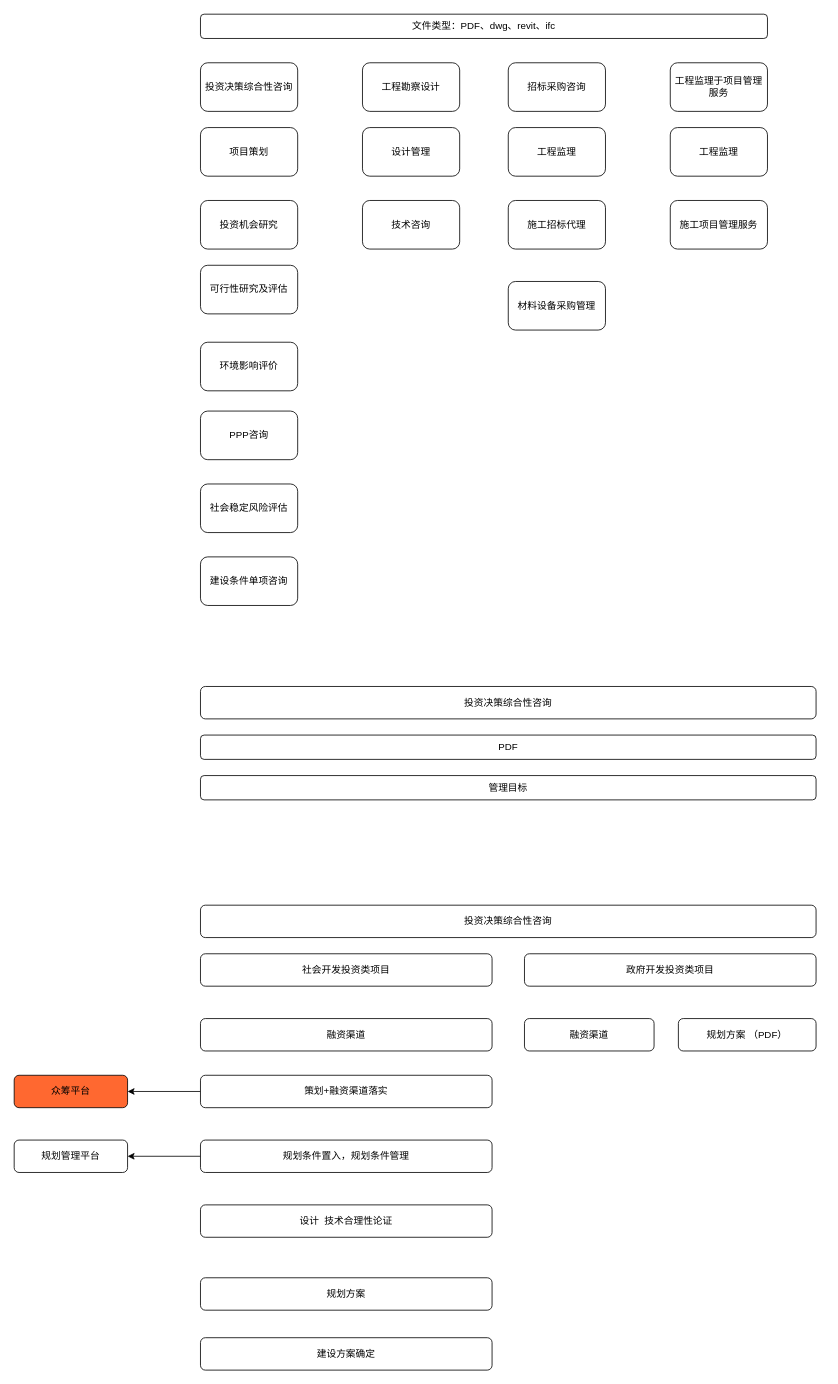
gaochaowyq/MinderGraph keeps this draw.io diagram as 全过程咨询.drawio. Above is the earlier version. Source tidied: cells renumbered, new cells numbered last; positions are measured from the earlier drawing's top-left corner, leaving out a move shared by most shapes. Both pictures are drawn from the tidied source at 81%, with x=0, y=0 at pixel (14, 14).
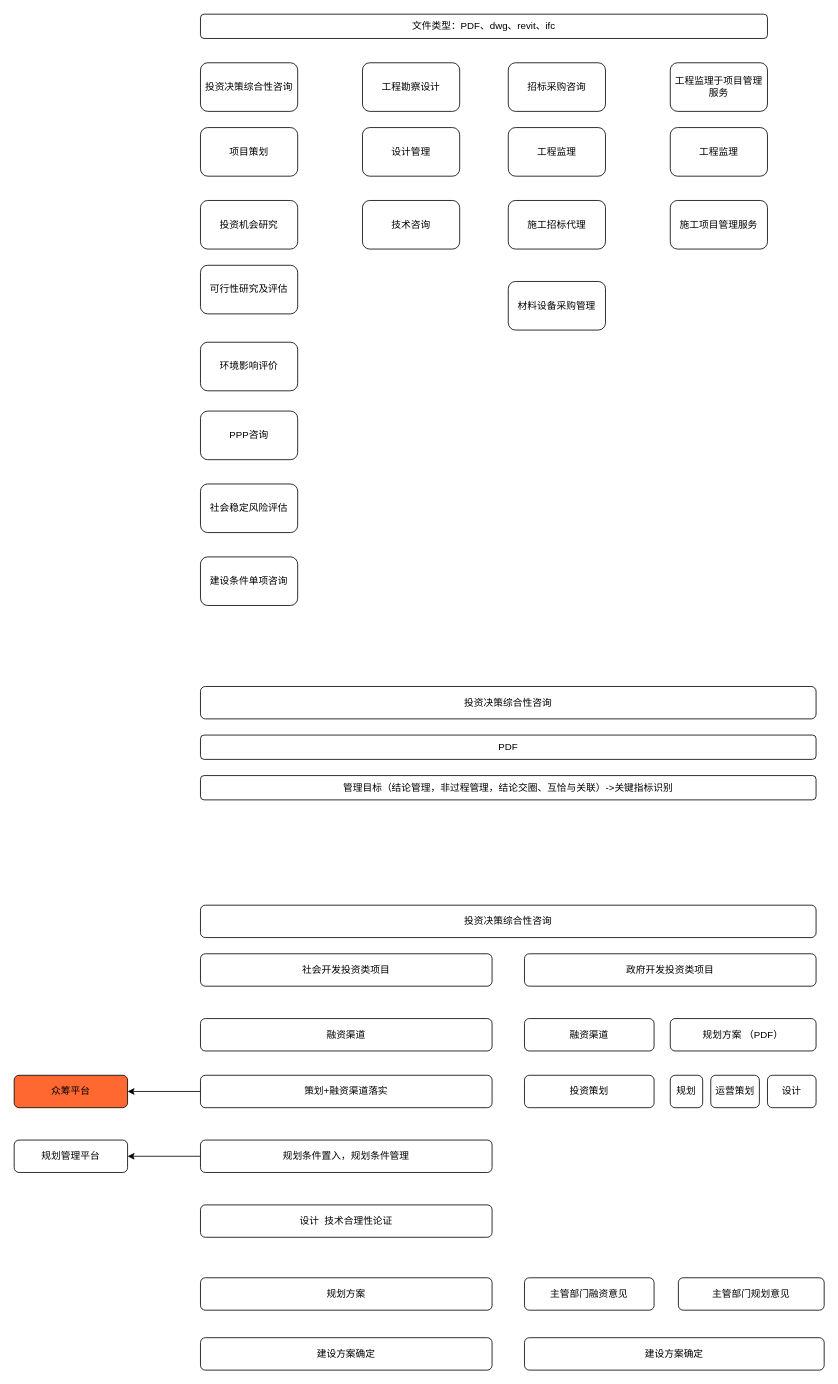
Above is the later version.

Commit message (it also covers changes not shown here):
更新全过程咨询.drawio

What changed in the source:
```diff
@@
-    <mxCell id="23" value="管理目标" style="rounded=1;whiteSpace=wrap;html=1;" parent="1" vertex="1">
+    <mxCell id="23" value="管理目标（结论管理，非过程管理，结论交圈、互恰与关联）-&amp;gt;关键指标识别" style="rounded=1;whiteSpace=wrap;html=1;" parent="1" vertex="1">
       <mxGeometry x="230" y="940" width="760" height="30" as="geometry" />
     </mxCell>
@@
     <mxCell id="38" value="规划方案 （PDF）" style="rounded=1;whiteSpace=wrap;html=1;" parent="1" vertex="1">
-      <mxGeometry x="820" y="1240" width="170" height="40" as="geometry" />
+      <mxGeometry x="810" y="1240" width="180" height="40" as="geometry" />
     </mxCell>
+    <mxCell id="39" value="投资策划" style="rounded=1;whiteSpace=wrap;html=1;" parent="1" vertex="1">
+      <mxGeometry x="630" y="1310" width="160" height="40" as="geometry" />
+    </mxCell>
+    <mxCell id="40" value="规划" style="rounded=1;whiteSpace=wrap;html=1;" parent="1" vertex="1">
+      <mxGeometry x="810" y="1310" width="40" height="40" as="geometry" />
+    </mxCell>
+    <mxCell id="41" value="运营策划" style="rounded=1;whiteSpace=wrap;html=1;" parent="1" vertex="1">
+      <mxGeometry x="860" y="1310" width="60" height="40" as="geometry" />
+    </mxCell>
+    <mxCell id="42" value="设计" style="rounded=1;whiteSpace=wrap;html=1;" parent="1" vertex="1">
+      <mxGeometry x="930" y="1310" width="60" height="40" as="geometry" />
+    </mxCell>
+    <mxCell id="43" value="主管部门融资意见" style="rounded=1;whiteSpace=wrap;html=1;" parent="1" vertex="1">
+      <mxGeometry x="630" y="1560" width="160" height="40" as="geometry" />
+    </mxCell>
+    <mxCell id="44" value="主管部门规划意见" style="rounded=1;whiteSpace=wrap;html=1;" parent="1" vertex="1">
+      <mxGeometry x="820" y="1560" width="180" height="40" as="geometry" />
+    </mxCell>
+    <mxCell id="45" value="建设方案确定" style="rounded=1;whiteSpace=wrap;html=1;" parent="1" vertex="1">
+      <mxGeometry x="630" y="1634" width="370" height="40" as="geometry" />
+    </mxCell>
```
